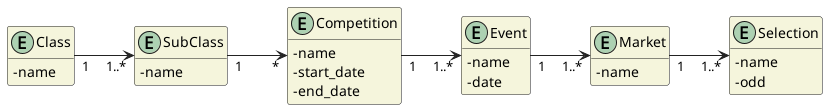
tomasflopes/pesti keeps this PlantUML diagram as media/content/analise/dm.png. Above is the earlier version. Source of this version:
```plantuml
@startuml dm

skinparam classAttributeIconSize 0
hide empty attributes
hide empty methods
skinparam classBackgroundColor beige
skinparam ArrowColor #222222

left to right direction

entity "Class" as c {
  - name
}

entity "SubClass" as sc {
  - name
}

entity "Competition" as comp {
  - name
  - start_date
  - end_date
}

entity "Event" as e {
  - name
  - date
}

entity "Market" as m {
  - name
}

entity "Selection" as s {
  - name
  - odd
}

c "1" --> "1..*" sc
sc "1" --> "*" comp
comp "1" --> "1..*" e
e "1" --> "1..*" m
m "1" --> "1..*" s

@enduml
```
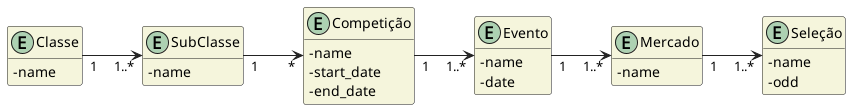
After the commit.

Change to the diagram source:
```diff
@@ -8,30 +8,30 @@
 
 left to right direction
 
-entity "Class" as c {
+entity "Classe" as c {
   - name
 }
 
-entity "SubClass" as sc {
+entity "SubClasse" as sc {
   - name
 }
 
-entity "Competition" as comp {
+entity "Competição" as comp {
   - name
   - start_date
   - end_date
 }
 
-entity "Event" as e {
+entity "Evento" as e {
   - name
   - date
 }
 
-entity "Market" as m {
+entity "Mercado" as m {
   - name
 }
 
-entity "Selection" as s {
+entity "Seleção" as s {
   - name
   - odd
 }
```
